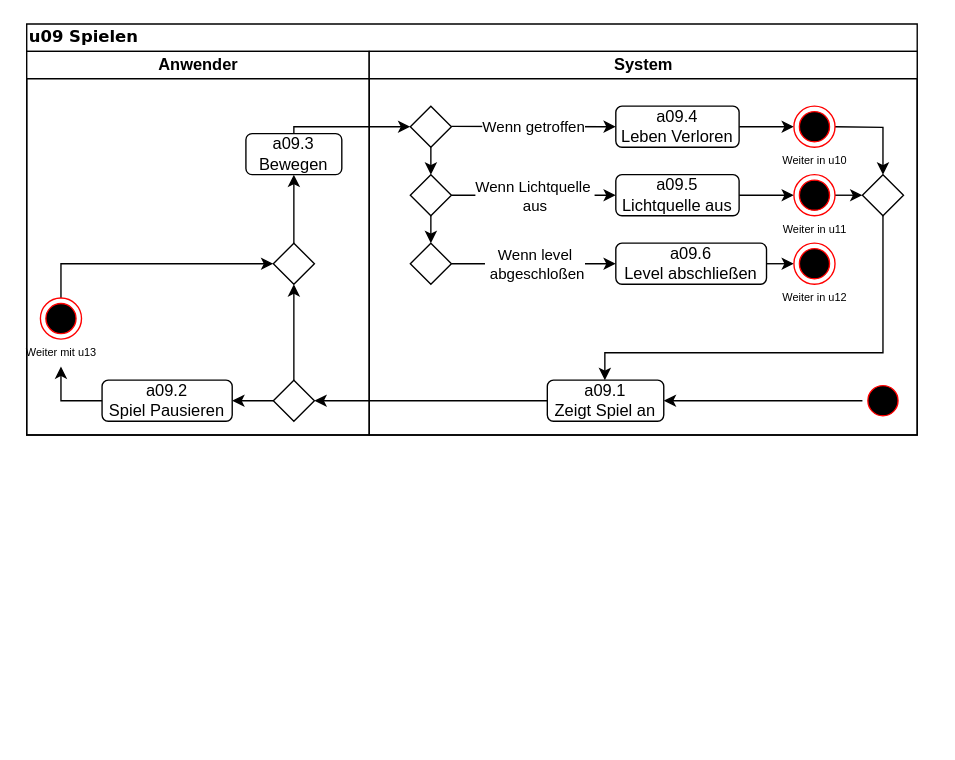
Above: u09.drawio in Skill3rboy/OOS (draw.io), before the change. Source tidied: cells renumbered, new cells numbered last; positions are measured from the earlier drawing's top-left corner, leaving out a move shared by most shapes. Both pictures are drawn from the tidied source at 137%, with x=0, y=0 at pixel (23, 23).
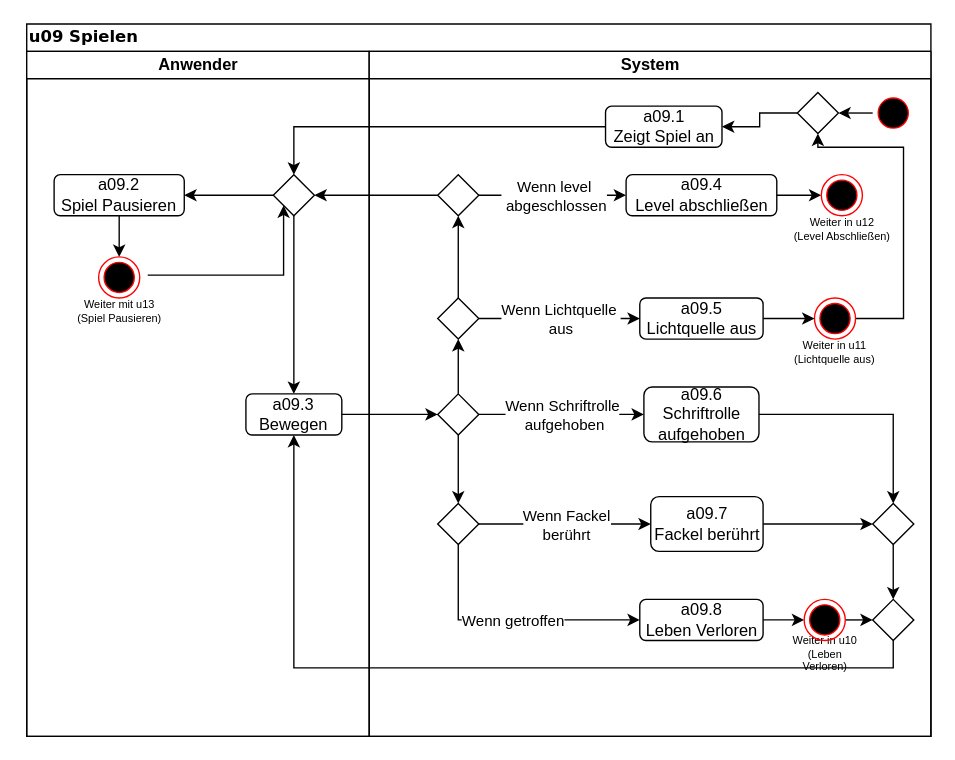
Above is the later version.

Change to the diagram source:
```diff
@@
     <mxCell id="2" value="u09 Spielen" style="swimlane;html=1;startSize=20;rounded=0;shadow=0;comic=0;labelBackgroundColor=none;strokeWidth=1;fontFamily=Verdana;fontSize=12;align=left;" parent="1" vertex="1">
-      <mxGeometry x="2" width="650" height="300" as="geometry" />
+      <mxGeometry x="2" width="660" height="520" as="geometry" />
     </mxCell>
     <mxCell id="3" value="Anwender" style="swimlane;html=1;startSize=20;" parent="2" vertex="1">
-      <mxGeometry y="20" width="250" height="280" as="geometry" />
+      <mxGeometry y="20" width="250" height="500" as="geometry" />
     </mxCell>
     <mxCell id="4" value="a09.3&lt;div&gt;Bewegen&lt;/div&gt;" style="rounded=1;whiteSpace=wrap;html=1;" parent="3" vertex="1">
-      <mxGeometry x="160" y="60" width="70" height="30" as="geometry" />
+      <mxGeometry x="160" y="250" width="70" height="30" as="geometry" />
     </mxCell>
-    <mxCell id="5" style="edgeStyle=orthogonalEdgeStyle;rounded=0;jettySize=auto;html=1;exitX=0.5;exitY=0;exitDx=0;exitDy=0;entryX=0.5;entryY=1;entryDx=0;entryDy=0;" parent="3" edge="1" source="7" target="13">
-      <mxGeometry relative="1" as="geometry" />
-    </mxCell>
-    <mxCell id="6" style="edgeStyle=orthogonalEdgeStyle;rounded=0;jettySize=auto;html=1;exitX=0;exitY=0.5;exitDx=0;exitDy=0;entryX=1;entryY=0.5;entryDx=0;entryDy=0;" parent="3" edge="1" source="7" target="8">
-      <mxGeometry relative="1" as="geometry" />
-    </mxCell>
-    <mxCell id="7" style="rhombus;whiteSpace=wrap;html=1;rotation=0;" parent="3" vertex="1">
-      <mxGeometry x="180" y="240" width="30" height="30" as="geometry" />
-    </mxCell>
+    <mxCell id="48" style="edgeStyle=orthogonalEdgeStyle;rounded=0;jettySize=auto;html=1;exitX=0.5;exitY=1;exitDx=0;exitDy=0;entryX=0.5;entryY=0;entryDx=0;entryDy=0;" parent="3" edge="1" source="8" target="14">
+      <mxGeometry relative="1" as="geometry" />
+    </mxCell>
     <mxCell id="8" value="&lt;div&gt;a09.2&lt;/div&gt;&lt;div&gt;Spiel Pausieren&lt;/div&gt;" style="rounded=1;whiteSpace=wrap;html=1;" parent="3" vertex="1">
-      <mxGeometry x="55" y="240" width="95" height="30" as="geometry" />
+      <mxGeometry x="20" y="90" width="95" height="30" as="geometry" />
     </mxCell>
-    <mxCell id="9" style="edgeStyle=orthogonalEdgeStyle;rounded=0;jettySize=auto;html=1;exitX=0.5;exitY=0;exitDx=0;exitDy=0;entryX=0;entryY=0.5;entryDx=0;entryDy=0;" parent="3" edge="1" source="14" target="13">
-      <mxGeometry relative="1" as="geometry" />
-    </mxCell>
-    <mxCell id="10" style="endArrow=classic;html=1;rounded=0;exitX=0;exitY=0.5;exitDx=0;exitDy=0;" parent="3" edge="1" source="8" target="11">
-      <mxGeometry relative="1" as="geometry">
-        <Array as="points">
-          <mxPoint x="25" y="255" />
-        </Array>
-      </mxGeometry>
-    </mxCell>
-    <mxCell id="11" value="Weiter mit u13" style="text;html=1;strokeColor=none;fillColor=none;align=center;verticalAlign=middle;whiteSpace=wrap;rounded=0;fontSize=8;" parent="3" vertex="1">
-      <mxGeometry x="-2.5" y="210" width="55" height="20" as="geometry" />
+    <mxCell id="11" value="Weiter mit u13&lt;br&gt;(Spiel Pausieren)" style="text;html=1;strokeColor=none;fillColor=none;align=center;verticalAlign=middle;whiteSpace=wrap;rounded=0;fontSize=8;" parent="3" vertex="1">
+      <mxGeometry x="27.5" y="180" width="80" height="20" as="geometry" />
     </mxCell>
-    <mxCell id="12" style="edgeStyle=orthogonalEdgeStyle;rounded=0;jettySize=auto;html=1;exitX=0.5;exitY=0;exitDx=0;exitDy=0;entryX=0.5;entryY=1;entryDx=0;entryDy=0;" parent="3" edge="1" source="13" target="4">
-      <mxGeometry relative="1" as="geometry" />
-    </mxCell>
-    <mxCell id="13" style="rhombus;whiteSpace=wrap;html=1;rotation=0;" parent="3" vertex="1">
-      <mxGeometry x="180" y="140" width="30" height="30" as="geometry" />
-    </mxCell>
     <mxCell id="14" style="ellipse;html=1;shape=endState;fillColor=#000000;strokeColor=#ff0000;" parent="3" vertex="1">
-      <mxGeometry x="10" y="180" width="30" height="30" as="geometry" />
+      <mxGeometry x="52.5" y="150" width="30" height="30" as="geometry" />
     </mxCell>
+    <mxCell id="49" style="edgeStyle=orthogonalEdgeStyle;rounded=0;jettySize=auto;html=1;exitX=0;exitY=0.5;exitDx=0;exitDy=0;entryX=1;entryY=0.5;entryDx=0;entryDy=0;" parent="3" edge="1" source="30" target="8">
+      <mxGeometry relative="1" as="geometry" />
+    </mxCell>
+    <mxCell id="50" style="edgeStyle=orthogonalEdgeStyle;rounded=0;jettySize=auto;html=1;exitX=0.5;exitY=1;exitDx=0;exitDy=0;entryX=0.5;entryY=0;entryDx=0;entryDy=0;" parent="3" edge="1" source="30" target="4">
+      <mxGeometry relative="1" as="geometry" />
+    </mxCell>
+    <mxCell id="30" style="rhombus;whiteSpace=wrap;html=1;" parent="3" vertex="1">
+      <mxGeometry x="180" y="90" width="30" height="30" as="geometry" />
+    </mxCell>
+    <mxCell id="51" style="edgeStyle=orthogonalEdgeStyle;rounded=0;jettySize=auto;html=1;exitX=1.194;exitY=0.444;exitDx=0;exitDy=0;entryX=0;entryY=1;entryDx=0;entryDy=0;exitPerimeter=0;" parent="3" edge="1" source="14" target="30">
+      <mxGeometry relative="1" as="geometry" />
+    </mxCell>
     <mxCell id="15" value="System" style="swimlane;html=1;startSize=20;" parent="2" vertex="1">
-      <mxGeometry x="250" y="20" width="400" height="280" as="geometry" />
+      <mxGeometry x="250" y="20" width="410" height="500" as="geometry" />
     </mxCell>
+    <mxCell id="52" style="edgeStyle=orthogonalEdgeStyle;rounded=0;jettySize=auto;html=1;exitX=0;exitY=0.5;exitDx=0;exitDy=0;entryX=1;entryY=0.5;entryDx=0;entryDy=0;" parent="15" edge="1" source="16" target="42">
+      <mxGeometry relative="1" as="geometry" />
+    </mxCell>
     <mxCell id="16" style="ellipse;html=1;shape=startState;fillColor=#000000;strokeColor=#ff0000;" parent="15" vertex="1">
-      <mxGeometry x="360" y="240" width="30" height="30" as="geometry" />
+      <mxGeometry x="367.5" y="30" width="30" height="30" as="geometry" />
     </mxCell>
     <mxCell id="17" value="&lt;div&gt;a09.1&lt;/div&gt;&lt;div&gt;Zeigt Spiel an&lt;/div&gt;" style="rounded=1;whiteSpace=wrap;html=1;" parent="15" vertex="1">
-      <mxGeometry x="130" y="240" width="85" height="30" as="geometry" />
+      <mxGeometry x="172.5" y="40" width="85" height="30" as="geometry" />
     </mxCell>
-    <mxCell id="18" style="endArrow=classic;html=1;rounded=0;entryX=1;entryY=0.5;entryDx=0;entryDy=0;" parent="15" edge="1" source="16" target="17">
-      <mxGeometry relative="1" as="geometry" />
-    </mxCell>
-    <mxCell id="19" style="edgeStyle=orthogonalEdgeStyle;rounded=0;jettySize=auto;html=1;exitX=1;exitY=0.5;exitDx=0;exitDy=0;entryX=0;entryY=0.5;entryDx=0;entryDy=0;" parent="15" edge="1" source="20">
-      <mxGeometry relative="1" as="geometry">
-        <mxPoint x="310" y="55" as="targetPoint" />
-      </mxGeometry>
-    </mxCell>
+    <mxCell id="53" style="edgeStyle=orthogonalEdgeStyle;rounded=0;jettySize=auto;html=1;exitX=1;exitY=0.5;exitDx=0;exitDy=0;entryX=0;entryY=0.5;entryDx=0;entryDy=0;" parent="15" edge="1" source="20" target="43">
+      <mxGeometry relative="1" as="geometry" />
+    </mxCell>
-    <mxCell id="20" value="&lt;div&gt;a09.4&lt;/div&gt;&lt;div&gt;Leben Verloren&lt;/div&gt;" style="rounded=1;whiteSpace=wrap;html=1;" parent="15" vertex="1">
-      <mxGeometry x="180" y="40" width="90" height="30" as="geometry" />
+    <mxCell id="20" value="&lt;div&gt;a09.8&lt;/div&gt;&lt;div&gt;Leben Verloren&lt;/div&gt;" style="rounded=1;whiteSpace=wrap;html=1;" parent="15" vertex="1">
+      <mxGeometry x="197.5" y="400" width="90" height="30" as="geometry" />
     </mxCell>
-    <mxCell id="21" style="rhombus;whiteSpace=wrap;html=1;" parent="15" vertex="1">
-      <mxGeometry x="30" y="40" width="30" height="30" as="geometry" />
-    </mxCell>
-    <mxCell id="22" style="endArrow=classic;html=1;rounded=0;entryX=0;entryY=0.5;entryDx=0;entryDy=0;" parent="15" edge="1" target="20">
-      <mxGeometry relative="1" as="geometry">
-        <mxPoint x="60" y="54.7" as="sourcePoint" />
-      </mxGeometry>
-    </mxCell>
-    <mxCell id="23" value="Wenn getroffen" style="edgeLabel;html=1;align=center;verticalAlign=middle;" parent="22" vertex="1">
-      <mxGeometry relative="1" as="geometry" />
-    </mxCell>
-    <mxCell id="24" style="edgeStyle=orthogonalEdgeStyle;rounded=0;jettySize=auto;html=1;exitX=0.5;exitY=1;exitDx=0;exitDy=0;entryX=0.5;entryY=0;entryDx=0;entryDy=0;" parent="15" edge="1" source="25" target="30">
-      <mxGeometry relative="1" as="geometry" />
-    </mxCell>
+    <mxCell id="54" style="edgeStyle=orthogonalEdgeStyle;rounded=0;jettySize=auto;html=1;exitX=0.5;exitY=0;exitDx=0;exitDy=0;entryX=0.5;entryY=1;entryDx=0;entryDy=0;" parent="15" edge="1" source="25" target="13">
+      <mxGeometry relative="1" as="geometry" />
+    </mxCell>
+    <mxCell id="55" style="edgeStyle=orthogonalEdgeStyle;rounded=0;jettySize=auto;html=1;exitX=0.5;exitY=1;exitDx=0;exitDy=0;entryX=0.5;entryY=0;entryDx=0;entryDy=0;" parent="15" edge="1" source="25" target="61">
+      <mxGeometry relative="1" as="geometry" />
+    </mxCell>
     <mxCell id="25" style="rhombus;whiteSpace=wrap;html=1;" parent="15" vertex="1">
-      <mxGeometry x="30" y="90" width="30" height="30" as="geometry" />
+      <mxGeometry x="50" y="250" width="30" height="30" as="geometry" />
     </mxCell>
-    <mxCell id="26" style="endArrow=classic;html=1;rounded=0;exitX=1;exitY=0.5;exitDx=0;exitDy=0;entryX=0;entryY=0.5;entryDx=0;entryDy=0;" parent="15" edge="1" source="25" target="29">
-      <mxGeometry relative="1" as="geometry" />
-    </mxCell>
-    <mxCell id="27" value="&lt;div&gt;Wenn Lichtquelle&amp;nbsp;&lt;/div&gt;&lt;div&gt;aus &lt;/div&gt;" style="edgeLabel;html=1;align=center;verticalAlign=middle;" parent="26" vertex="1">
-      <mxGeometry relative="1" as="geometry" />
-    </mxCell>
-    <mxCell id="28" style="edgeStyle=orthogonalEdgeStyle;rounded=0;jettySize=auto;html=1;exitX=1;exitY=0.5;exitDx=0;exitDy=0;entryX=0;entryY=0.5;entryDx=0;entryDy=0;" parent="15" edge="1" source="29">
-      <mxGeometry relative="1" as="geometry">
-        <mxPoint x="310" y="105" as="targetPoint" />
-      </mxGeometry>
-    </mxCell>
-    <mxCell id="29" value="&lt;div&gt;a09.5&lt;/div&gt;&lt;div&gt;Lichtquelle aus&lt;/div&gt;" style="rounded=1;whiteSpace=wrap;html=1;" parent="15" vertex="1">
-      <mxGeometry x="180" y="90" width="90" height="30" as="geometry" />
-    </mxCell>
-    <mxCell id="30" style="rhombus;whiteSpace=wrap;html=1;" parent="15" vertex="1">
-      <mxGeometry x="30" y="140" width="30" height="30" as="geometry" />
-    </mxCell>
-    <mxCell id="31" style="edgeStyle=orthogonalEdgeStyle;rounded=0;jettySize=auto;html=1;exitX=1;exitY=0.5;exitDx=0;exitDy=0;entryX=0;entryY=0.5;entryDx=0;entryDy=0;" parent="15" edge="1" source="32">
-      <mxGeometry relative="1" as="geometry">
-        <mxPoint x="310" y="155" as="targetPoint" />
-      </mxGeometry>
-    </mxCell>
+    <mxCell id="56" style="edgeStyle=orthogonalEdgeStyle;rounded=0;jettySize=auto;html=1;exitX=1;exitY=0.5;exitDx=0;exitDy=0;entryX=0;entryY=0.5;entryDx=0;entryDy=0;" parent="15" edge="1" source="32" target="44">
+      <mxGeometry relative="1" as="geometry" />
+    </mxCell>
-    <mxCell id="32" value="&lt;div&gt;a09.6&lt;/div&gt;&lt;div&gt;Level abschließen&lt;/div&gt;" style="rounded=1;whiteSpace=wrap;html=1;" parent="15" vertex="1">
-      <mxGeometry x="180" y="140" width="110" height="30" as="geometry" />
+    <mxCell id="32" value="&lt;div&gt;a09.4&lt;/div&gt;&lt;div&gt;Level abschließen&lt;/div&gt;" style="rounded=1;whiteSpace=wrap;html=1;" parent="15" vertex="1">
+      <mxGeometry x="187.5" y="90" width="110" height="30" as="geometry" />
     </mxCell>
-    <mxCell id="33" style="endArrow=classic;html=1;rounded=0;exitX=1;exitY=0.5;exitDx=0;exitDy=0;entryX=0;entryY=0.5;entryDx=0;entryDy=0;" parent="15" edge="1" source="30" target="32">
-      <mxGeometry relative="1" as="geometry" />
-    </mxCell>
-    <mxCell id="34" value="&lt;div&gt;Wenn level&lt;/div&gt;&lt;div&gt;&amp;nbsp;abgeschloßen&lt;/div&gt;" style="edgeLabel;html=1;align=center;verticalAlign=middle;" parent="33" vertex="1">
-      <mxGeometry relative="1" as="geometry" />
-    </mxCell>
-    <mxCell id="35" style="endArrow=classic;html=1;rounded=0;exitX=0.5;exitY=1;exitDx=0;exitDy=0;entryX=0.5;entryY=0;entryDx=0;entryDy=0;" parent="15" edge="1" source="21" target="25">
-      <mxGeometry relative="1" as="geometry" />
-    </mxCell>
-    <mxCell id="36" style="edgeStyle=orthogonalEdgeStyle;rounded=0;jettySize=auto;html=1;exitX=1;exitY=0.5;exitDx=0;exitDy=0;entryX=0.5;entryY=0;entryDx=0;entryDy=0;" parent="15" edge="1" target="42">
-      <mxGeometry relative="1" as="geometry">
-        <mxPoint x="340" y="55" as="sourcePoint" />
-      </mxGeometry>
-    </mxCell>
-    <mxCell id="37" style="edgeStyle=orthogonalEdgeStyle;rounded=0;jettySize=auto;html=1;exitX=1;exitY=0.5;exitDx=0;exitDy=0;entryX=0;entryY=0.5;entryDx=0;entryDy=0;" parent="15" edge="1" target="42">
-      <mxGeometry relative="1" as="geometry">
-        <mxPoint x="340" y="105" as="sourcePoint" />
-      </mxGeometry>
-    </mxCell>
-    <mxCell id="38" value="Weiter in u10" style="text;html=1;strokeColor=none;fillColor=none;align=center;verticalAlign=middle;whiteSpace=wrap;rounded=0;fontSize=8;" parent="15" vertex="1">
-      <mxGeometry x="297.5" y="70" width="55" height="20" as="geometry" />
+    <mxCell id="38" value="Weiter in u10&lt;br&gt;(Leben Verloren)" style="text;html=1;strokeColor=none;fillColor=none;align=center;verticalAlign=middle;whiteSpace=wrap;rounded=0;fontSize=8;" parent="15" vertex="1">
+      <mxGeometry x="302.5" y="430" width="60" height="20" as="geometry" />
     </mxCell>
-    <mxCell id="39" value="Weiter in u11" style="text;html=1;strokeColor=none;fillColor=none;align=center;verticalAlign=middle;whiteSpace=wrap;rounded=0;fontSize=8;" parent="15" vertex="1">
-      <mxGeometry x="297.5" y="120" width="55" height="20" as="geometry" />
+    <mxCell id="39" value="Weiter in u11&lt;br&gt;(Lichtquelle aus)" style="text;html=1;strokeColor=none;fillColor=none;align=center;verticalAlign=middle;whiteSpace=wrap;rounded=0;fontSize=8;" parent="15" vertex="1">
+      <mxGeometry x="306.2" y="210" width="67.5" height="20" as="geometry" />
     </mxCell>
-    <mxCell id="40" value="Weiter in u12" style="text;html=1;strokeColor=none;fillColor=none;align=center;verticalAlign=middle;whiteSpace=wrap;rounded=0;fontSize=8;" parent="15" vertex="1">
-      <mxGeometry x="297.5" y="170" width="55" height="20" as="geometry" />
+    <mxCell id="40" value="Weiter in u12&lt;br&gt;(Level Abschließen)" style="text;html=1;strokeColor=none;fillColor=none;align=center;verticalAlign=middle;whiteSpace=wrap;rounded=0;fontSize=8;" parent="15" vertex="1">
+      <mxGeometry x="308.8" y="120" width="72.5" height="20" as="geometry" />
     </mxCell>
-    <mxCell id="41" style="edgeStyle=orthogonalEdgeStyle;rounded=0;jettySize=auto;html=1;exitX=0.5;exitY=1;exitDx=0;exitDy=0;" parent="15" edge="1" source="42" target="17">
-      <mxGeometry relative="1" as="geometry">
-        <Array as="points">
-          <mxPoint x="375" y="220" />
-          <mxPoint x="172" y="220" />
-        </Array>
-      </mxGeometry>
+    <mxCell id="41" style="edgeStyle=orthogonalEdgeStyle;rounded=0;jettySize=auto;html=1;exitX=0;exitY=0.5;exitDx=0;exitDy=0;entryX=1;entryY=0.5;entryDx=0;entryDy=0;" parent="15" edge="1" source="42" target="17">
+      <mxGeometry relative="1" as="geometry" />
     </mxCell>
     <mxCell id="42" style="rhombus;whiteSpace=wrap;html=1;rotation=0;" parent="15" vertex="1">
-      <mxGeometry x="360" y="90" width="30" height="30" as="geometry" />
+      <mxGeometry x="312.5" y="30" width="30" height="30" as="geometry" />
     </mxCell>
+    <mxCell id="57" style="edgeStyle=orthogonalEdgeStyle;rounded=0;jettySize=auto;html=1;exitX=1;exitY=0.5;exitDx=0;exitDy=0;entryX=0;entryY=0.5;entryDx=0;entryDy=0;" parent="15" edge="1" source="43" target="71">
+      <mxGeometry relative="1" as="geometry" />
+    </mxCell>
     <mxCell id="43" style="ellipse;html=1;shape=endState;fillColor=#000000;strokeColor=#ff0000;" parent="15" vertex="1">
-      <mxGeometry x="310" y="140" width="30" height="30" as="geometry" />
+      <mxGeometry x="317.5" y="400" width="30" height="30" as="geometry" />
     </mxCell>
     <mxCell id="44" style="ellipse;html=1;shape=endState;fillColor=#000000;strokeColor=#ff0000;" parent="15" vertex="1">
-      <mxGeometry x="310" y="90" width="30" height="30" as="geometry" />
+      <mxGeometry x="330" y="90" width="30" height="30" as="geometry" />
     </mxCell>
+    <mxCell id="58" style="edgeStyle=orthogonalEdgeStyle;rounded=0;jettySize=auto;html=1;exitX=1;exitY=0.5;exitDx=0;exitDy=0;entryX=0.5;entryY=1;entryDx=0;entryDy=0;" parent="15" edge="1" source="45" target="42">
+      <mxGeometry relative="1" as="geometry">
+        <Array as="points">
+          <mxPoint x="390" y="195" />
+          <mxPoint x="390" y="70" />
+          <mxPoint x="327" y="70" />
+        </Array>
+      </mxGeometry>
+    </mxCell>
     <mxCell id="45" style="ellipse;html=1;shape=endState;fillColor=#000000;strokeColor=#ff0000;" parent="15" vertex="1">
-      <mxGeometry x="310" y="40" width="30" height="30" as="geometry" />
+      <mxGeometry x="325" y="180" width="30" height="30" as="geometry" />
     </mxCell>
-    <mxCell id="46" style="endArrow=classic;html=1;rounded=0;exitX=0.5;exitY=0;exitDx=0;exitDy=0;entryX=0;entryY=0.5;entryDx=0;entryDy=0;" parent="2" edge="1" source="4" target="21">
-      <mxGeometry relative="1" as="geometry">
-        <Array as="points">
-          <mxPoint x="195" y="75" />
-        </Array>
-      </mxGeometry>
-    </mxCell>
-    <mxCell id="47" style="edgeStyle=orthogonalEdgeStyle;rounded=0;jettySize=auto;html=1;exitX=0;exitY=0.5;exitDx=0;exitDy=0;entryX=1;entryY=0.5;entryDx=0;entryDy=0;" parent="2" edge="1" source="17" target="7">
-      <mxGeometry relative="1" as="geometry" />
-    </mxCell>
+    <mxCell id="59" style="edgeStyle=orthogonalEdgeStyle;rounded=0;jettySize=auto;html=1;exitX=1;exitY=0.5;exitDx=0;exitDy=0;entryX=0;entryY=0.5;entryDx=0;entryDy=0;" parent="15" edge="1" source="29" target="45">
+      <mxGeometry relative="1" as="geometry" />
+    </mxCell>
+    <mxCell id="29" value="&lt;div&gt;a09.5&lt;/div&gt;&lt;div&gt;Lichtquelle aus&lt;/div&gt;" style="rounded=1;whiteSpace=wrap;html=1;" parent="15" vertex="1">
+      <mxGeometry x="197.5" y="180" width="90" height="30" as="geometry" />
+    </mxCell>
+    <mxCell id="60" style="edgeStyle=orthogonalEdgeStyle;rounded=0;jettySize=auto;html=1;exitX=0.5;exitY=0;exitDx=0;exitDy=0;entryX=0.5;entryY=1;entryDx=0;entryDy=0;" parent="15" edge="1" source="13" target="7">
+      <mxGeometry relative="1" as="geometry" />
+    </mxCell>
+    <mxCell id="13" style="rhombus;whiteSpace=wrap;html=1;rotation=0;" parent="15" vertex="1">
+      <mxGeometry x="50" y="180" width="30" height="30" as="geometry" />
+    </mxCell>
+    <mxCell id="7" style="rhombus;whiteSpace=wrap;html=1;rotation=0;" parent="15" vertex="1">
+      <mxGeometry x="50" y="90" width="30" height="30" as="geometry" />
+    </mxCell>
+    <mxCell id="33" style="endArrow=classic;html=1;rounded=0;entryX=0;entryY=0.5;entryDx=0;entryDy=0;exitX=1;exitY=0.5;exitDx=0;exitDy=0;" parent="15" edge="1" source="7" target="32">
+      <mxGeometry relative="1" as="geometry" />
+    </mxCell>
+    <mxCell id="34" value="&lt;div&gt;Wenn level&lt;/div&gt;&lt;div&gt;&amp;nbsp;abgeschlossen&lt;/div&gt;" style="edgeLabel;html=1;align=center;verticalAlign=middle;" parent="33" vertex="1">
+      <mxGeometry relative="1" as="geometry" />
+    </mxCell>
+    <mxCell id="26" style="endArrow=classic;html=1;rounded=0;exitX=1;exitY=0.5;exitDx=0;exitDy=0;entryX=0;entryY=0.5;entryDx=0;entryDy=0;" parent="15" edge="1" source="13" target="29">
+      <mxGeometry relative="1" as="geometry" />
+    </mxCell>
+    <mxCell id="27" value="&lt;div&gt;Wenn Lichtquelle&amp;nbsp;&lt;/div&gt;&lt;div&gt;aus &lt;/div&gt;" style="edgeLabel;html=1;align=center;verticalAlign=middle;" parent="26" vertex="1">
+      <mxGeometry relative="1" as="geometry" />
+    </mxCell>
+    <mxCell id="61" style="rhombus;whiteSpace=wrap;html=1;" parent="15" vertex="1">
+      <mxGeometry x="50" y="330" width="30" height="30" as="geometry" />
+    </mxCell>
+    <mxCell id="62" style="edgeStyle=orthogonalEdgeStyle;rounded=0;jettySize=auto;html=1;exitX=1;exitY=0.5;exitDx=0;exitDy=0;entryX=0.5;entryY=0;entryDx=0;entryDy=0;" parent="15" edge="1" source="63" target="73">
+      <mxGeometry relative="1" as="geometry" />
+    </mxCell>
+    <mxCell id="63" value="a09.6&lt;br&gt;Schriftrolle aufgehoben" style="rounded=1;whiteSpace=wrap;html=1;" parent="15" vertex="1">
+      <mxGeometry x="200.5" y="245" width="84" height="40" as="geometry" />
+    </mxCell>
+    <mxCell id="64" style="edgeStyle=orthogonalEdgeStyle;rounded=0;jettySize=auto;html=1;exitX=1;exitY=0.5;exitDx=0;exitDy=0;entryX=0;entryY=0.5;entryDx=0;entryDy=0;" parent="15" edge="1" source="65" target="73">
+      <mxGeometry relative="1" as="geometry" />
+    </mxCell>
+    <mxCell id="65" value="&lt;div&gt;a09.7&lt;/div&gt;&lt;div&gt;Fackel berührt&lt;/div&gt;" style="rounded=1;whiteSpace=wrap;html=1;" parent="15" vertex="1">
+      <mxGeometry x="205.5" y="325" width="82" height="40" as="geometry" />
+    </mxCell>
+    <mxCell id="66" style="endArrow=classic;html=1;rounded=0;exitX=1;exitY=0.5;exitDx=0;exitDy=0;entryX=0;entryY=0.5;entryDx=0;entryDy=0;" parent="15" edge="1" source="25" target="63">
+      <mxGeometry relative="1" as="geometry" />
+    </mxCell>
+    <mxCell id="67" value="&lt;div&gt;Wenn Schriftrolle&lt;/div&gt;&lt;div&gt;&amp;nbsp;aufgehoben&lt;/div&gt;" style="edgeLabel;html=1;align=center;verticalAlign=middle;" parent="66" vertex="1">
+      <mxGeometry relative="1" as="geometry" />
+    </mxCell>
+    <mxCell id="68" style="endArrow=classic;html=1;rounded=0;exitX=1;exitY=0.5;exitDx=0;exitDy=0;entryX=0;entryY=0.5;entryDx=0;entryDy=0;" parent="15" edge="1" source="61" target="65">
+      <mxGeometry relative="1" as="geometry" />
+    </mxCell>
+    <mxCell id="69" value="Wenn Fackel &lt;br&gt;&lt;div&gt;berührt&lt;/div&gt;" style="edgeLabel;html=1;align=center;verticalAlign=middle;" parent="68" vertex="1">
+      <mxGeometry relative="1" as="geometry" />
+    </mxCell>
+    <mxCell id="70" style="endArrow=classic;html=1;rounded=0;exitX=0.5;exitY=1;exitDx=0;exitDy=0;entryX=0;entryY=0.5;entryDx=0;entryDy=0;" parent="15" edge="1" source="61" target="20">
+      <mxGeometry relative="1" as="geometry">
+        <Array as="points">
+          <mxPoint x="65" y="415" />
+        </Array>
+      </mxGeometry>
+    </mxCell>
+    <mxCell id="23" value="Wenn getroffen" style="edgeLabel;html=1;align=center;verticalAlign=middle;" parent="70" vertex="1">
+      <mxGeometry relative="1" as="geometry" />
+    </mxCell>
+    <mxCell id="71" style="rhombus;whiteSpace=wrap;html=1;" parent="15" vertex="1">
+      <mxGeometry x="367.5" y="400" width="30" height="30" as="geometry" />
+    </mxCell>
+    <mxCell id="72" style="edgeStyle=orthogonalEdgeStyle;rounded=0;jettySize=auto;html=1;exitX=0.5;exitY=1;exitDx=0;exitDy=0;entryX=0.5;entryY=0;entryDx=0;entryDy=0;" parent="15" edge="1" source="73" target="71">
+      <mxGeometry relative="1" as="geometry" />
+    </mxCell>
+    <mxCell id="73" style="rhombus;whiteSpace=wrap;html=1;" parent="15" vertex="1">
+      <mxGeometry x="367.5" y="330" width="30" height="30" as="geometry" />
+    </mxCell>
+    <mxCell id="74" style="edgeStyle=orthogonalEdgeStyle;rounded=0;jettySize=auto;html=1;exitX=0;exitY=0.5;exitDx=0;exitDy=0;entryX=0.5;entryY=0;entryDx=0;entryDy=0;" parent="2" edge="1" source="17" target="30">
+      <mxGeometry relative="1" as="geometry" />
+    </mxCell>
+    <mxCell id="75" style="edgeStyle=orthogonalEdgeStyle;rounded=0;jettySize=auto;html=1;exitX=1;exitY=0.5;exitDx=0;exitDy=0;entryX=0;entryY=0.5;entryDx=0;entryDy=0;" parent="2" edge="1" source="4" target="25">
+      <mxGeometry relative="1" as="geometry" />
+    </mxCell>
+    <mxCell id="76" style="edgeStyle=orthogonalEdgeStyle;rounded=0;jettySize=auto;html=1;exitX=0;exitY=0.5;exitDx=0;exitDy=0;entryX=1;entryY=0.5;entryDx=0;entryDy=0;" parent="2" edge="1" source="7" target="30">
+      <mxGeometry relative="1" as="geometry" />
+    </mxCell>
+    <mxCell id="77" style="edgeStyle=orthogonalEdgeStyle;rounded=0;jettySize=auto;html=1;exitX=0.5;exitY=1;exitDx=0;exitDy=0;entryX=0.5;entryY=1;entryDx=0;entryDy=0;" parent="2" edge="1" source="71" target="4">
+      <mxGeometry relative="1" as="geometry" />
+    </mxCell>
```
